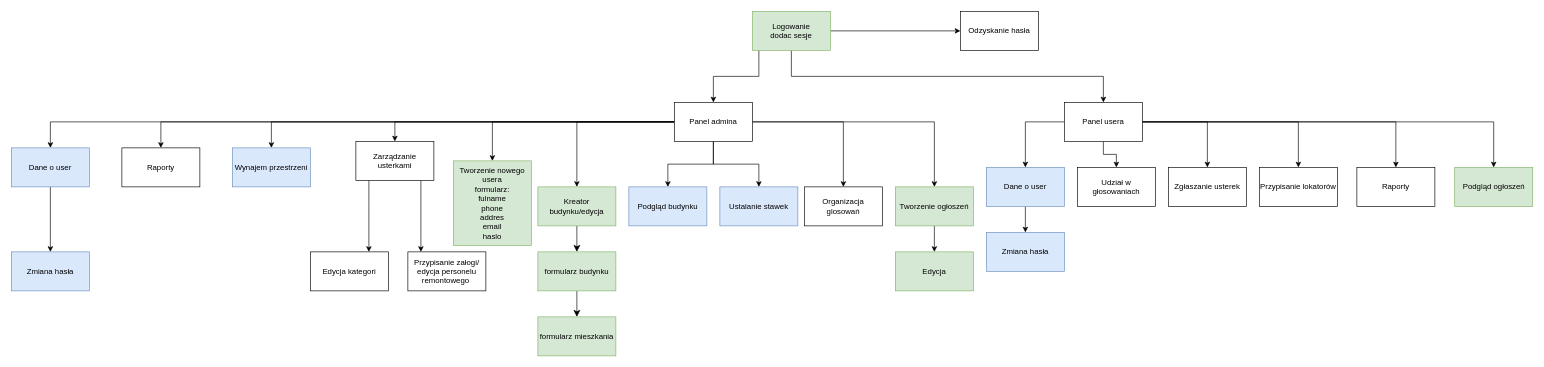
Before: doc/site_flow.drawio in Mati-IR/my-neighborhood, a draw.io diagram. Source tidied: cells renumbered, new cells numbered last; positions are measured from the earlier drawing's top-left corner, leaving out a move shared by most shapes. Both pictures are drawn from the tidied source at 65%, with x=0, y=0 at pixel (11, 11).
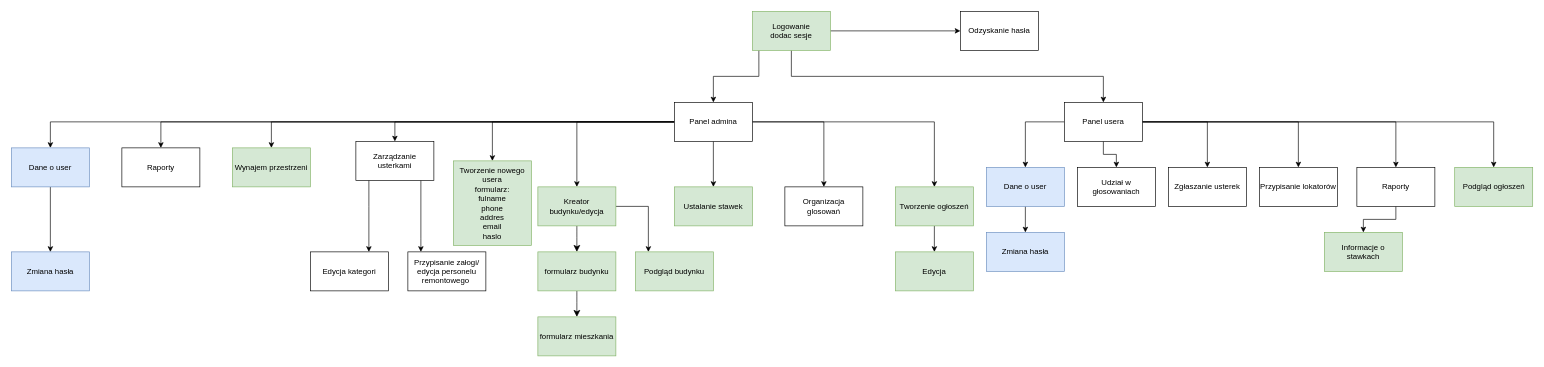
After the change.

The change refers to these unchanged cells:
```xml
<mxCell id="17" value="Panel admina" style="rounded=0;whiteSpace=wrap;html=1;" parent="1" vertex="1">
  <mxGeometry x="1020" y="140" width="120" height="60" as="geometry" />
</mxCell>
<mxCell id="27" value="Kreator budynku/edycja" style="whiteSpace=wrap;html=1;rounded=0;fillColor=#d5e8d4;strokeColor=#82b366;" parent="1" vertex="1">
  <mxGeometry x="810" y="270" width="120" height="60" as="geometry" />
</mxCell>
<mxCell id="44" value="Raporty" style="rounded=0;whiteSpace=wrap;html=1;" parent="1" vertex="1">
  <mxGeometry x="2070" y="240" width="120" height="60" as="geometry" />
</mxCell>
```

Diff of the diagram source:
```diff
@@
-    <mxCell id="9" style="edgeStyle=orthogonalEdgeStyle;rounded=0;jettySize=auto;html=1;" parent="1" edge="1" source="17" target="28">
-      <mxGeometry relative="1" as="geometry" />
+    <mxCell id="9" style="edgeStyle=orthogonalEdgeStyle;rounded=0;jettySize=auto;html=1;exitX=1;exitY=0.5;exitDx=0;exitDy=0;" parent="1" edge="1" source="27" target="28">
+      <mxGeometry relative="1" as="geometry">
+        <Array as="points">
+          <mxPoint x="980" y="300" />
+        </Array>
+      </mxGeometry>
     </mxCell>
@@
-    <mxCell id="28" value="Podgląd budynku" style="rounded=0;whiteSpace=wrap;html=1;fillColor=#dae8fc;strokeColor=#6c8ebf;" parent="1" vertex="1">
-      <mxGeometry x="950" y="270" width="120" height="60" as="geometry" />
+    <mxCell id="28" value="Podgląd budynku" style="rounded=0;whiteSpace=wrap;html=1;fillColor=#d5e8d4;strokeColor=#82b366;" parent="1" vertex="1">
+      <mxGeometry x="960" y="370" width="120" height="60" as="geometry" />
     </mxCell>
-    <mxCell id="29" value="Ustalanie stawek" style="rounded=0;whiteSpace=wrap;html=1;fillColor=#dae8fc;strokeColor=#6c8ebf;" parent="1" vertex="1">
-      <mxGeometry x="1090" y="270" width="120" height="60" as="geometry" />
+    <mxCell id="29" value="Ustalanie stawek" style="rounded=0;whiteSpace=wrap;html=1;fillColor=#d5e8d4;strokeColor=#82b366;" parent="1" vertex="1">
+      <mxGeometry x="1020" y="270" width="120" height="60" as="geometry" />
     </mxCell>
     <mxCell id="30" value="Organizacja glosowań" style="rounded=0;whiteSpace=wrap;html=1;" parent="1" vertex="1">
-      <mxGeometry x="1220" y="270" width="120" height="60" as="geometry" />
+      <mxGeometry x="1190" y="270" width="120" height="60" as="geometry" />
     </mxCell>
@@
+    <mxCell id="55" style="edgeStyle=orthogonalEdgeStyle;rounded=0;jettySize=auto;html=1;" parent="1" edge="1" source="44" target="56">
+      <mxGeometry relative="1" as="geometry" />
+    </mxCell>
@@
-    <mxCell id="49" value="Wynajem przestrzeni" style="rounded=0;whiteSpace=wrap;html=1;fillColor=#dae8fc;strokeColor=#6c8ebf;" parent="1" vertex="1">
+    <mxCell id="49" value="Wynajem przestrzeni" style="rounded=0;whiteSpace=wrap;html=1;fillColor=#d5e8d4;strokeColor=#82b366;" parent="1" vertex="1">
       <mxGeometry x="340" y="210" width="120" height="60" as="geometry" />
     </mxCell>
@@
+    <mxCell id="56" value="Informacje o stawkach" style="rounded=0;whiteSpace=wrap;html=1;fillColor=#d5e8d4;strokeColor=#82b366;" parent="1" vertex="1">
+      <mxGeometry x="2020" y="340" width="120" height="60" as="geometry" />
+    </mxCell>
```
